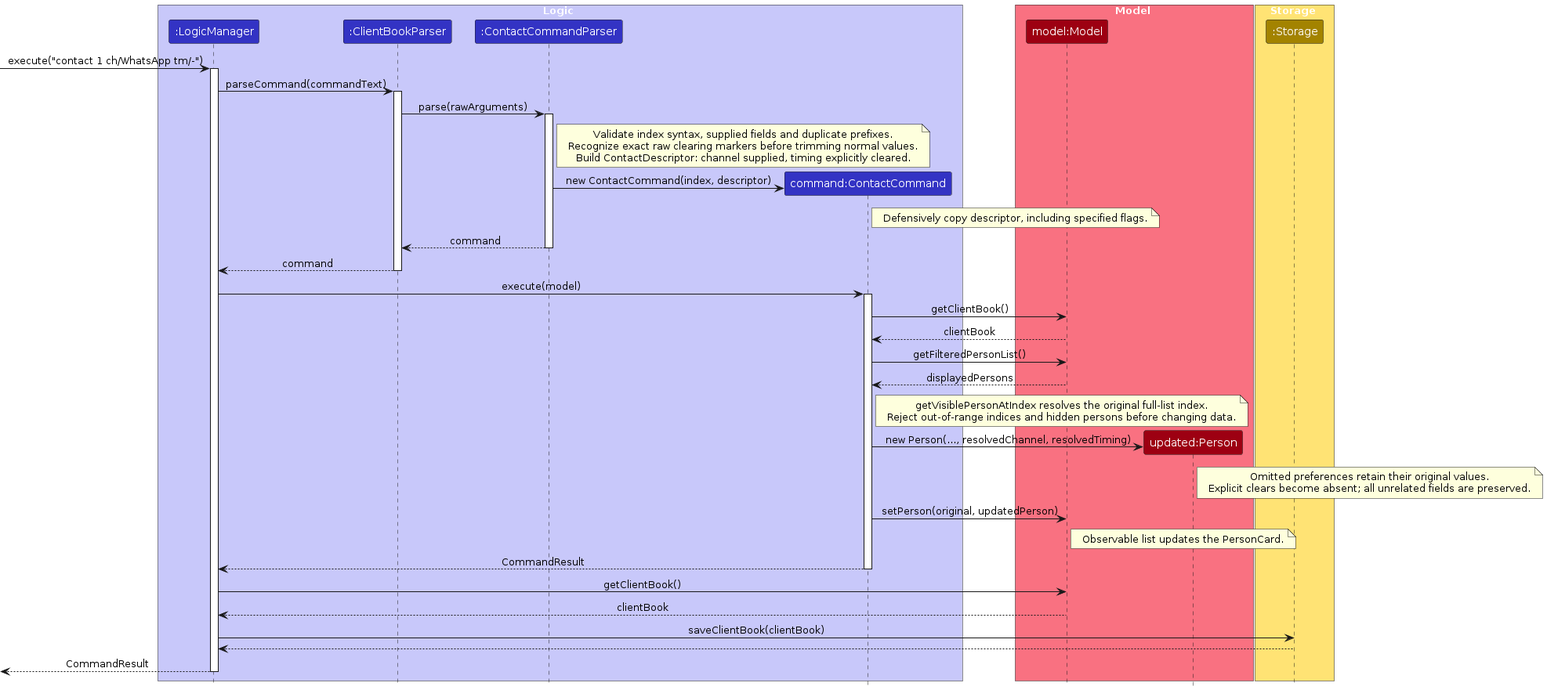
Earlier version of the PlantUML export diagrams/ContactSequenceDiagram.png (AY2627S1-CS2103T-F14a-4/tp). Its source is kept beside it as diagrams/ContactSequenceDiagram.puml. The source it was exported from:
```plantuml
@startuml
!include style.puml
skinparam ArrowFontStyle plain

box Logic LOGIC_COLOR_T1
participant ":LogicManager" as Logic LOGIC_COLOR
participant ":ClientBookParser" as Parser LOGIC_COLOR
participant ":ContactCommandParser" as ContactParser LOGIC_COLOR
participant "command:ContactCommand" as Command LOGIC_COLOR
end box

box Model MODEL_COLOR_T1
participant "model:Model" as Model MODEL_COLOR
participant "updated:Person" as Person MODEL_COLOR
end box

box Storage STORAGE_COLOR_T1
participant ":Storage" as Storage STORAGE_COLOR
end box

[-> Logic : execute("contact 1 ch/WhatsApp tm/-")
activate Logic
Logic -> Parser : parseCommand(commandText)
activate Parser
Parser -> ContactParser : parse(rawArguments)
activate ContactParser
note right of ContactParser
Validate index syntax, supplied fields and duplicate prefixes.
Recognize exact raw clearing markers before trimming normal values.
Build ContactDescriptor: channel supplied, timing explicitly cleared.
end note
create Command
ContactParser -> Command : new ContactCommand(index, descriptor)
note right of Command : Defensively copy descriptor, including specified flags.
ContactParser --> Parser : command
deactivate ContactParser
Parser --> Logic : command
deactivate Parser
Logic -> Command : execute(model)
activate Command
Command -> Model : getClientBook()
Model --> Command : clientBook
Command -> Model : getFilteredPersonList()
Model --> Command : displayedPersons
note right of Command
getVisiblePersonAtIndex resolves the original full-list index.
Reject out-of-range indices and hidden persons before changing data.
end note
create Person
Command -> Person : new Person(..., resolvedChannel, resolvedTiming)
note right of Person
Omitted preferences retain their original values.
Explicit clears become absent; all unrelated fields are preserved.
end note
Command -> Model : setPerson(original, updatedPerson)
note right of Model : Observable list updates the PersonCard.
Command --> Logic : CommandResult
deactivate Command
Logic -> Model : getClientBook()
Model --> Logic : clientBook
Logic -> Storage : saveClientBook(clientBook)
Storage --> Logic
[<-- Logic : CommandResult
deactivate Logic
@enduml
```
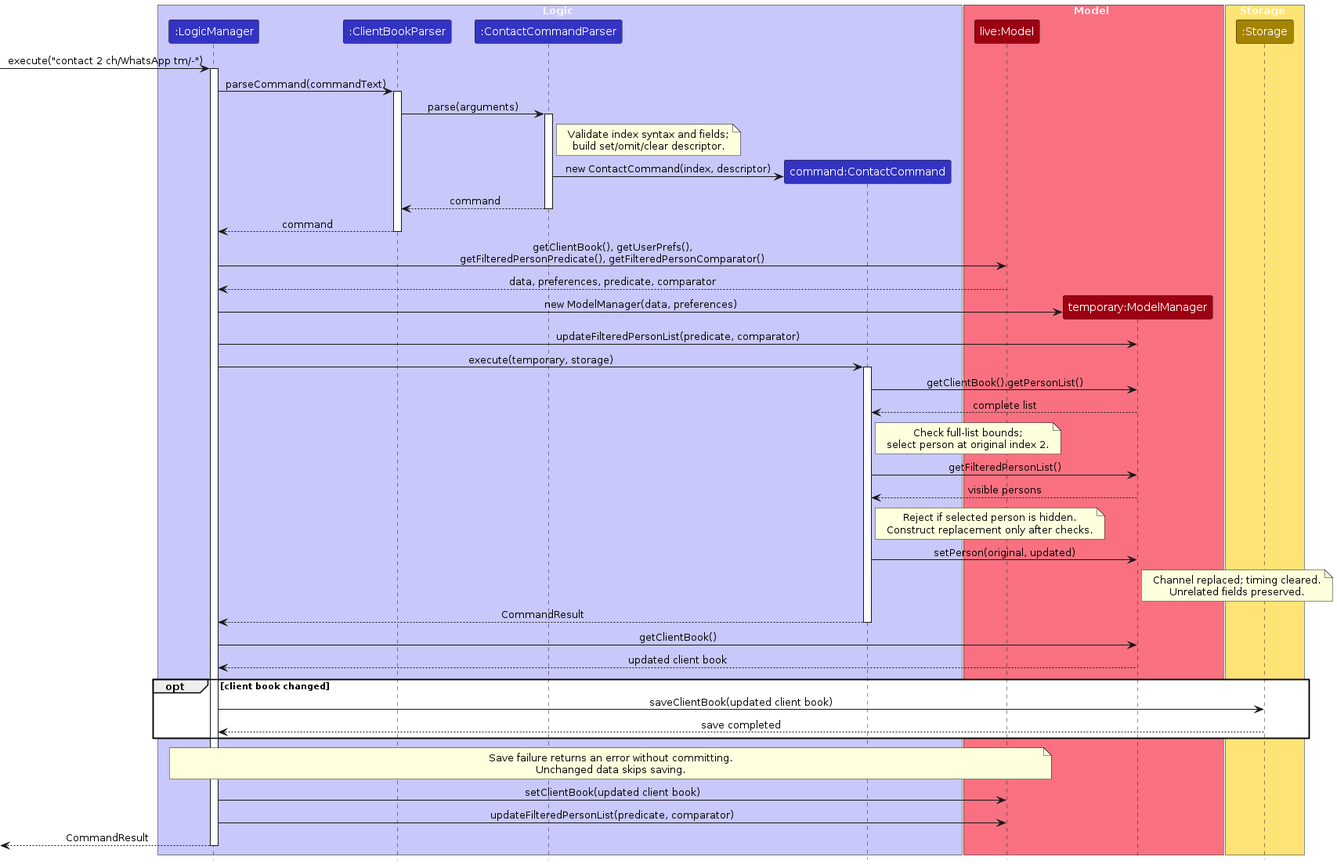
After the change.

The edit, as a diff of the source:
```diff
@@ -5,61 +5,60 @@
 box Logic LOGIC_COLOR_T1
 participant ":LogicManager" as Logic LOGIC_COLOR
 participant ":ClientBookParser" as Parser LOGIC_COLOR
-participant ":ContactCommandParser" as ContactParser LOGIC_COLOR
+participant ":ContactCommandParser" as FeatureParser LOGIC_COLOR
 participant "command:ContactCommand" as Command LOGIC_COLOR
 end box
 
 box Model MODEL_COLOR_T1
-participant "model:Model" as Model MODEL_COLOR
-participant "updated:Person" as Person MODEL_COLOR
+participant "live:Model" as Live MODEL_COLOR
+participant "temporary:ModelManager" as Temp MODEL_COLOR
 end box
 
 box Storage STORAGE_COLOR_T1
 participant ":Storage" as Storage STORAGE_COLOR
 end box
 
-[-> Logic : execute("contact 1 ch/WhatsApp tm/-")
+[-> Logic : execute("contact 2 ch/WhatsApp tm/-")
 activate Logic
 Logic -> Parser : parseCommand(commandText)
 activate Parser
-Parser -> ContactParser : parse(rawArguments)
-activate ContactParser
-note right of ContactParser
-Validate index syntax, supplied fields and duplicate prefixes.
-Recognize exact raw clearing markers before trimming normal values.
-Build ContactDescriptor: channel supplied, timing explicitly cleared.
-end note
+Parser -> FeatureParser : parse(arguments)
+activate FeatureParser
+note right of FeatureParser : Validate index syntax and fields;\nbuild set/omit/clear descriptor.
 create Command
-ContactParser -> Command : new ContactCommand(index, descriptor)
-note right of Command : Defensively copy descriptor, including specified flags.
-ContactParser --> Parser : command
-deactivate ContactParser
+FeatureParser -> Command : new ContactCommand(index, descriptor)
+FeatureParser --> Parser : command
+deactivate FeatureParser
 Parser --> Logic : command
 deactivate Parser
-Logic -> Command : execute(model)
+
+Logic -> Live : getClientBook(), getUserPrefs(),\ngetFilteredPersonPredicate(), getFilteredPersonComparator()
+Live --> Logic : data, preferences, predicate, comparator
+create Temp
+Logic -> Temp : new ModelManager(data, preferences)
+Logic -> Temp : updateFilteredPersonList(predicate, comparator)
+Logic -> Command : execute(temporary, storage)
 activate Command
-Command -> Model : getClientBook()
-Model --> Command : clientBook
-Command -> Model : getFilteredPersonList()
-Model --> Command : displayedPersons
-note right of Command
-getVisiblePersonAtIndex resolves the original full-list index.
-Reject out-of-range indices and hidden persons before changing data.
-end note
-create Person
-Command -> Person : new Person(..., resolvedChannel, resolvedTiming)
-note right of Person
-Omitted preferences retain their original values.
-Explicit clears become absent; all unrelated fields are preserved.
-end note
-Command -> Model : setPerson(original, updatedPerson)
-note right of Model : Observable list updates the PersonCard.
+Command -> Temp : getClientBook().getPersonList()
+Temp --> Command : complete list
+note right of Command : Check full-list bounds;\nselect person at original index 2.
+Command -> Temp : getFilteredPersonList()
+Temp --> Command : visible persons
+note right of Command : Reject if selected person is hidden.\nConstruct replacement only after checks.
+Command -> Temp : setPerson(original, updated)
+note right of Temp : Channel replaced; timing cleared.\nUnrelated fields preserved.
 Command --> Logic : CommandResult
 deactivate Command
-Logic -> Model : getClientBook()
-Model --> Logic : clientBook
-Logic -> Storage : saveClientBook(clientBook)
-Storage --> Logic
+
+Logic -> Temp : getClientBook()
+Temp --> Logic : updated client book
+opt client book changed
+    Logic -> Storage : saveClientBook(updated client book)
+    Storage --> Logic : save completed
+end
+note over Logic, Live : Save failure returns an error without committing.\nUnchanged data skips saving.
+Logic -> Live : setClientBook(updated client book)
+Logic -> Live : updateFilteredPersonList(predicate, comparator)
 [<-- Logic : CommandResult
 deactivate Logic
 @enduml
```
